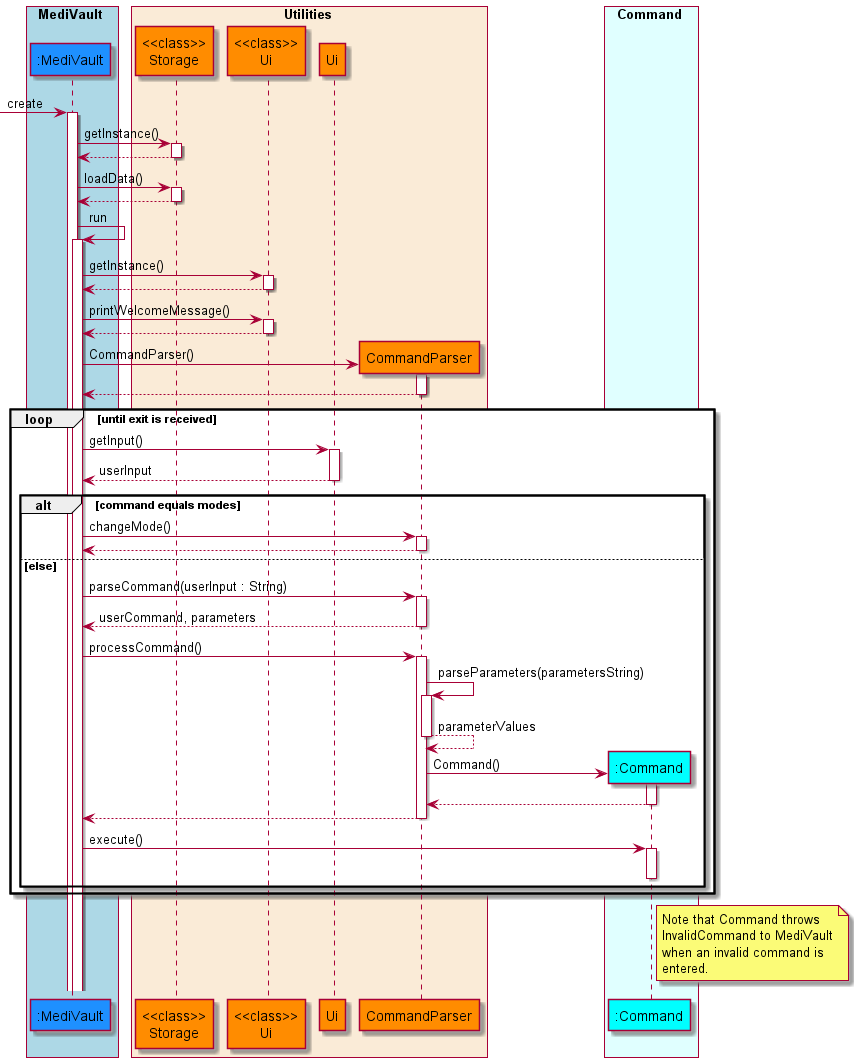
nus-cs2113-AY2122S1/tp keeps this PlantUML diagram as docs/diagrams/diagram_images/MainLogicSequenceDiagram.png. Above is the earlier version.
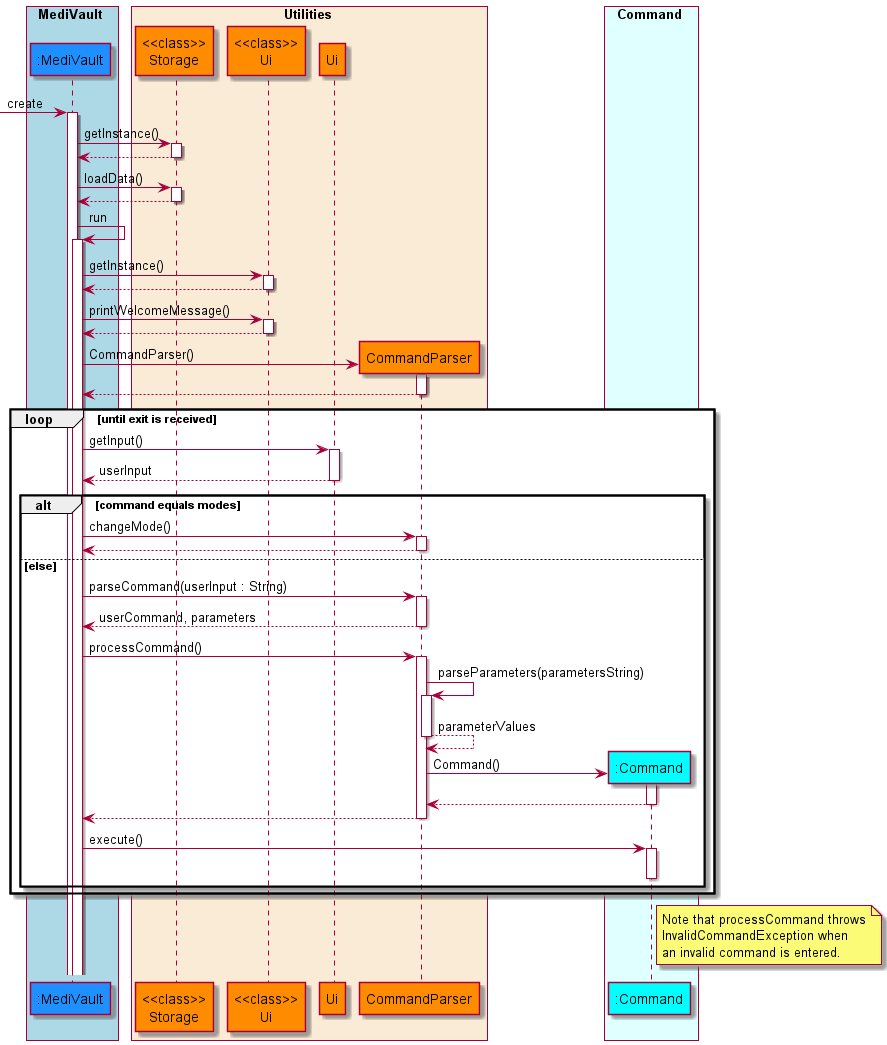
Above is the later version.

Diff of the diagram source:
```diff
@@ -57,10 +57,9 @@
 
         end
 note right of command
-Note that Command throws
-InvalidCommand to MediVault
-when an invalid command is
-entered.
+Note that processCommand throws
+InvalidCommandException when
+an invalid command is entered.
 end note
 
 @enduml
```
